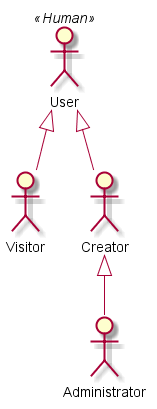
Before: assets/Actors.png, a diagram exported from PlantUML (skywolfmo/ReportPFE). The source it was exported from:
```plantuml
@startuml Actors
actor User as A1 << Human >>
actor Visitor as A2
actor Creator as A3
actor Administrator as A5
A1 <|-down- A3
A1 <|-down- A2
A3 <|-down- A5


@enduml
```
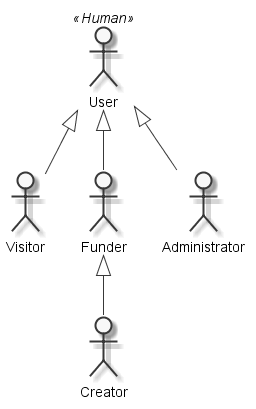
Later version of the same file.

Diff of the diagram source:
```diff
@@ -1,11 +1,14 @@
 @startuml Actors
+skinparam monochrome true
 actor User as A1 << Human >>
 actor Visitor as A2
-actor Creator as A3
+actor Funder as A3
+actor Creator as A4
 actor Administrator as A5
 A1 <|-down- A3
 A1 <|-down- A2
-A3 <|-down- A5
+A1 <|-down- A5
+A3 <|-down- A4
 
 
 @enduml
```
